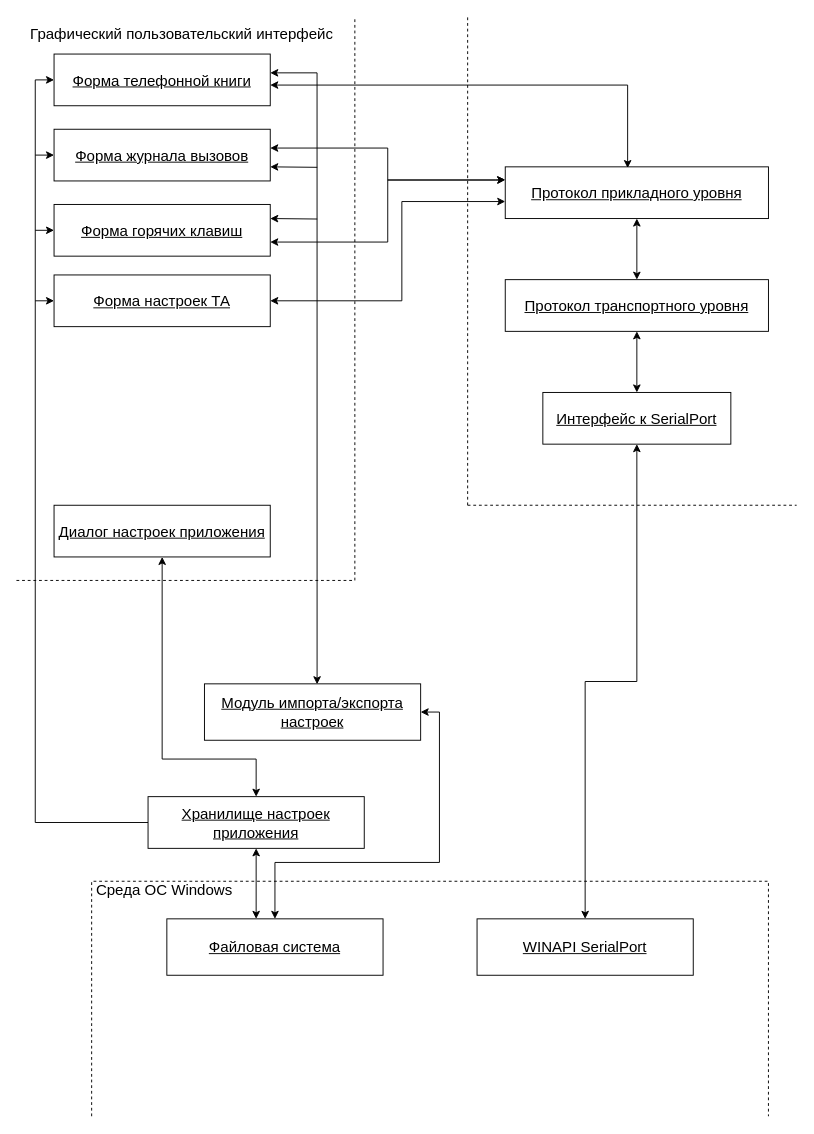
This is Untitled Diagram.drawio from 4REeSTt/project, a draw.io file, before an edit. Source tidied: cells renumbered, new cells numbered last; positions are measured from the earlier drawing's top-left corner, leaving out a move shared by most shapes. Both pictures are drawn from the tidied source at 94%, with x=0, y=0 at pixel (16, 16).
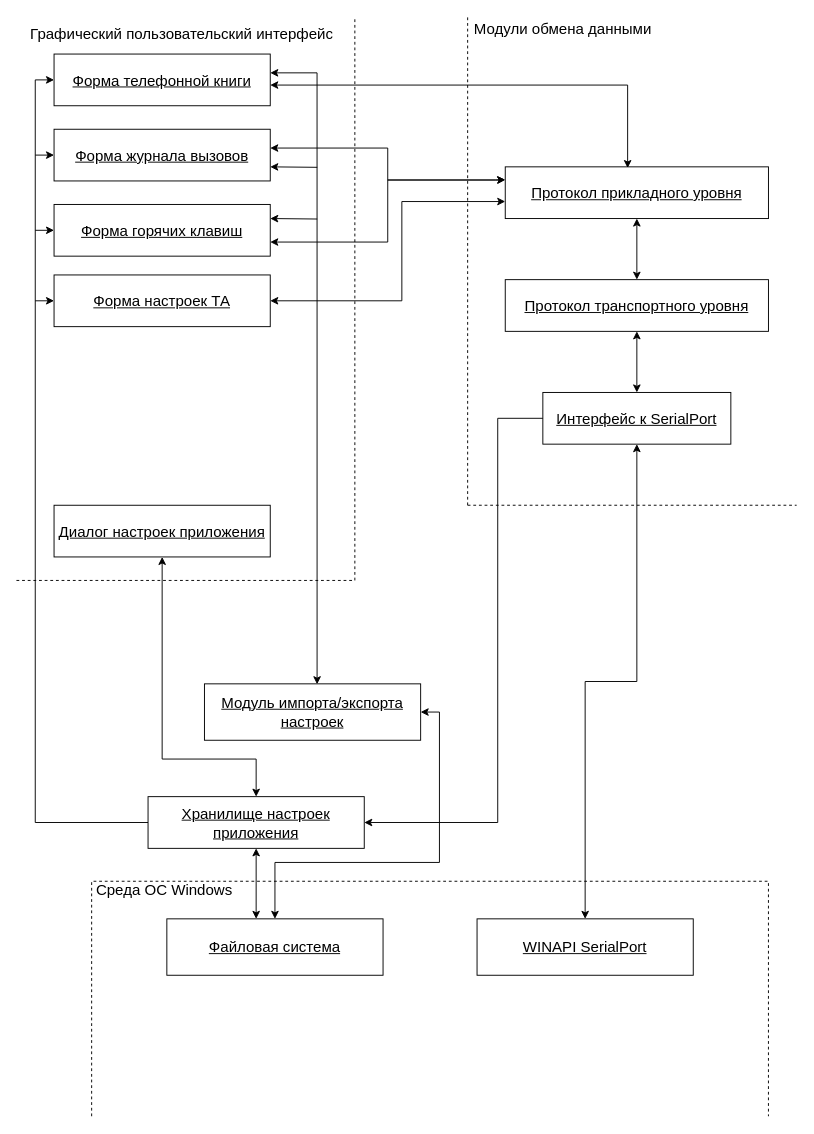
The same page after the edit.

The change refers to these unchanged cells:
```xml
<mxCell id="3" value="&lt;div&gt;Интерфейс к SerialPort&lt;/div&gt;" style="rounded=0;whiteSpace=wrap;html=1;fontSize=16;fontStyle=4;" parent="1" vertex="1">
  <mxGeometry x="560" y="400" width="200" height="55" as="geometry" />
</mxCell>
<mxCell id="22" value="&lt;div&gt;Хранилище настроек приложения&lt;/div&gt;" style="rounded=0;whiteSpace=wrap;html=1;fontSize=16;fontStyle=4;" parent="1" vertex="1">
  <mxGeometry x="140" y="830" width="230" height="55" as="geometry" />
</mxCell>
```

What changed in the source:
```diff
@@
+    <mxCell id="38" style="edgeStyle=orthogonalEdgeStyle;rounded=0;jettySize=auto;html=1;entryX=0;entryY=0.5;entryDx=0;entryDy=0;fontSize=16;startArrow=classic;startFill=1;endArrow=none;endFill=0;" parent="1" edge="1" source="22" target="3">
+      <mxGeometry relative="1" as="geometry">
+        <Array as="points">
+          <mxPoint x="512" y="857" />
+          <mxPoint x="512" y="428" />
+        </Array>
+      </mxGeometry>
+    </mxCell>
@@
+    <mxCell id="39" value="Модули обмена данными" style="text;html=1;strokeColor=none;fillColor=none;spacing=5;spacingTop=-20;whiteSpace=wrap;overflow=hidden;rounded=0;fontSize=16;" parent="1" vertex="1">
+      <mxGeometry x="482" y="14" width="246" height="16" as="geometry" />
+    </mxCell>
```
